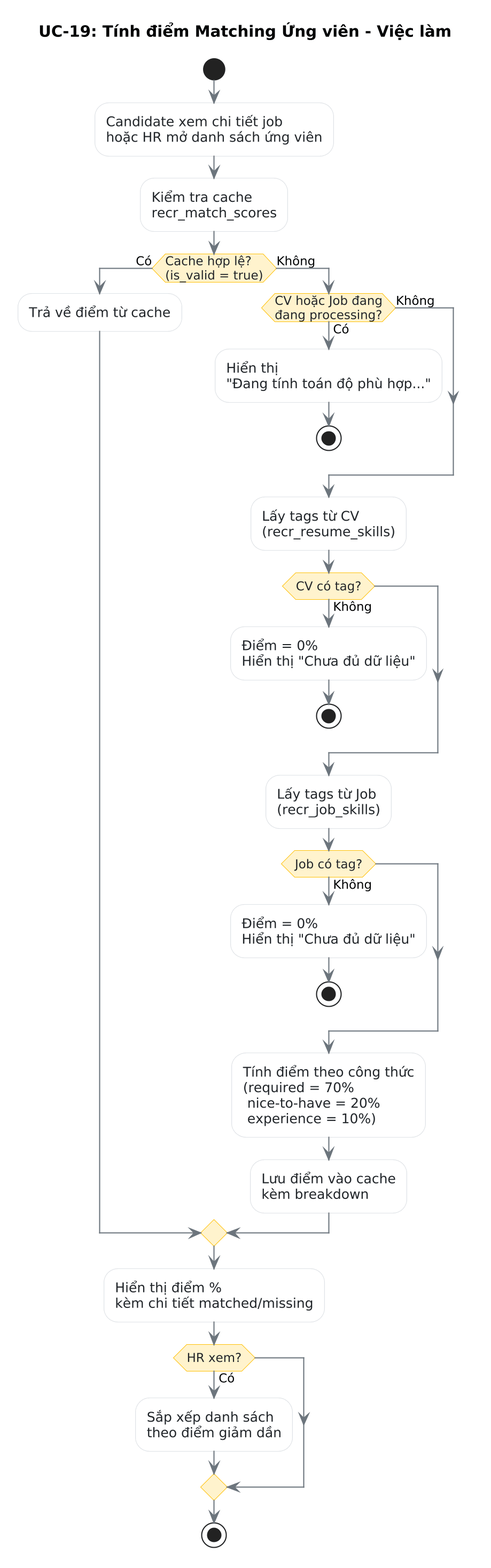
Above: modules/dist/recr/images/activity/uc19-matching-score-activity.png in namnh240795/document (PlantUML), before the change.
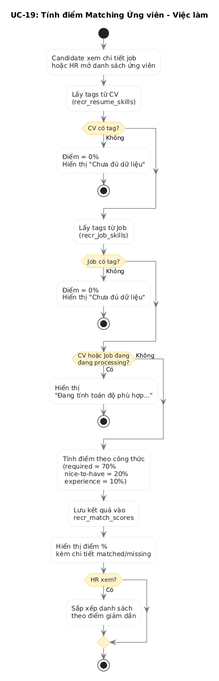
Above is the later version.

Commit message:
refactor(recr): remove cache mechanism from UC-19 Matching Score

Diff of the diagram source:
```diff
@@ -1,6 +1,5 @@
 @startuml uc19-matching-score-activity
 title UC-19: Tính điểm Matching Ứng viên - Việc làm
-skinparam dpi 200
 skinparam activityBackgroundColor #f8f9fa
 skinparam activityBorderColor #dee2e6
 skinparam activityFontColor #212529
@@ -12,36 +11,29 @@
 
 :Candidate xem chi tiết job\nhoặc HR mở danh sách ứng viên;
 
-:Kiểm tra cache\nrecr_match_scores;
+:Lấy tags từ CV\n(recr_resume_skills);
 
-if (Cache hợp lệ?\n(is_valid = true)) then (Có)
-  :Trả về điểm từ cache;
+if (CV có tag?) then (Không)
+  :Điểm = 0%\nHiển thị "Chưa đủ dữ liệu";
+  stop
+endif
+
+:Lấy tags từ Job\n(recr_job_skills);
+
+if (Job có tag?) then (Không)
+  :Điểm = 0%\nHiển thị "Chưa đủ dữ liệu";
+  stop
+endif
+
+if (CV hoặc Job đang\nđang processing?) then (Có)
+  :Hiển thị\n"Đang tính toán độ phù hợp...";
+  stop
 else (Không)
-  if (CV hoặc Job đang\nđang processing?) then (Có)
-    :Hiển thị\n"Đang tính toán độ phù hợp...";
-    stop
-  else (Không)
-  endif
+endif
 
-  :Lấy tags từ CV\n(recr_resume_skills);
+:Tính điểm theo công thức\n(required = 70%\n nice-to-have = 20%\n experience = 10%);
 
-  if (CV có tag?) then (Không)
-    :Điểm = 0%\nHiển thị "Chưa đủ dữ liệu";
-    stop
-  endif
-
-  :Lấy tags từ Job\n(recr_job_skills);
-
-  if (Job có tag?) then (Không)
-    :Điểm = 0%\nHiển thị "Chưa đủ dữ liệu";
-    stop
-  endif
-
-  :Tính điểm theo công thức\n(required = 70%\n nice-to-have = 20%\n experience = 10%);
-
-  :Lưu điểm vào cache\nkèm breakdown;
-
-endif
+:Lưu kết quả vào\nrecr_match_scores;
 
 :Hiển thị điểm %\nkèm chi tiết matched/missing;
 
```
